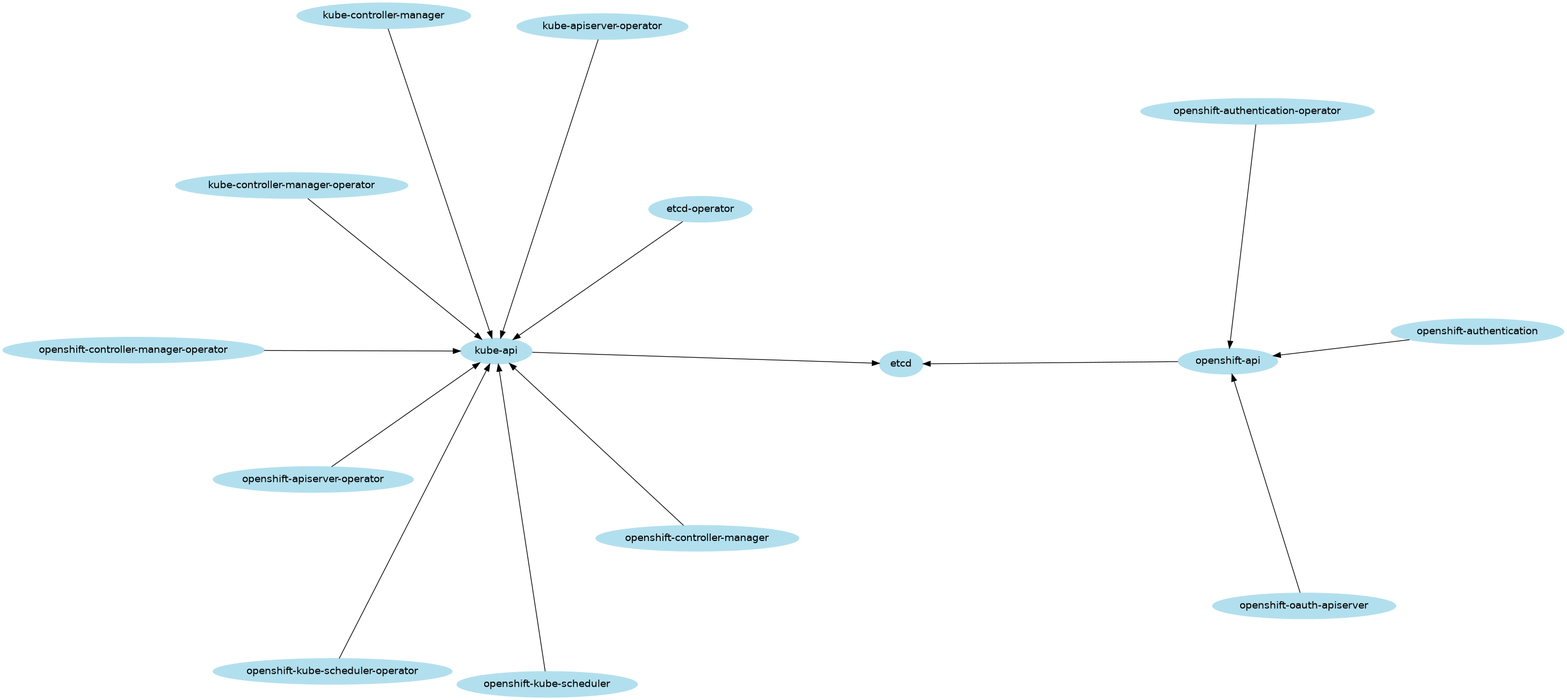
This is control-plane.gv.png from dofinn/ocp-role-based-depency-graphs, a Graphviz export, as it was before one commit. Its source is kept beside it as control-plane.gv.
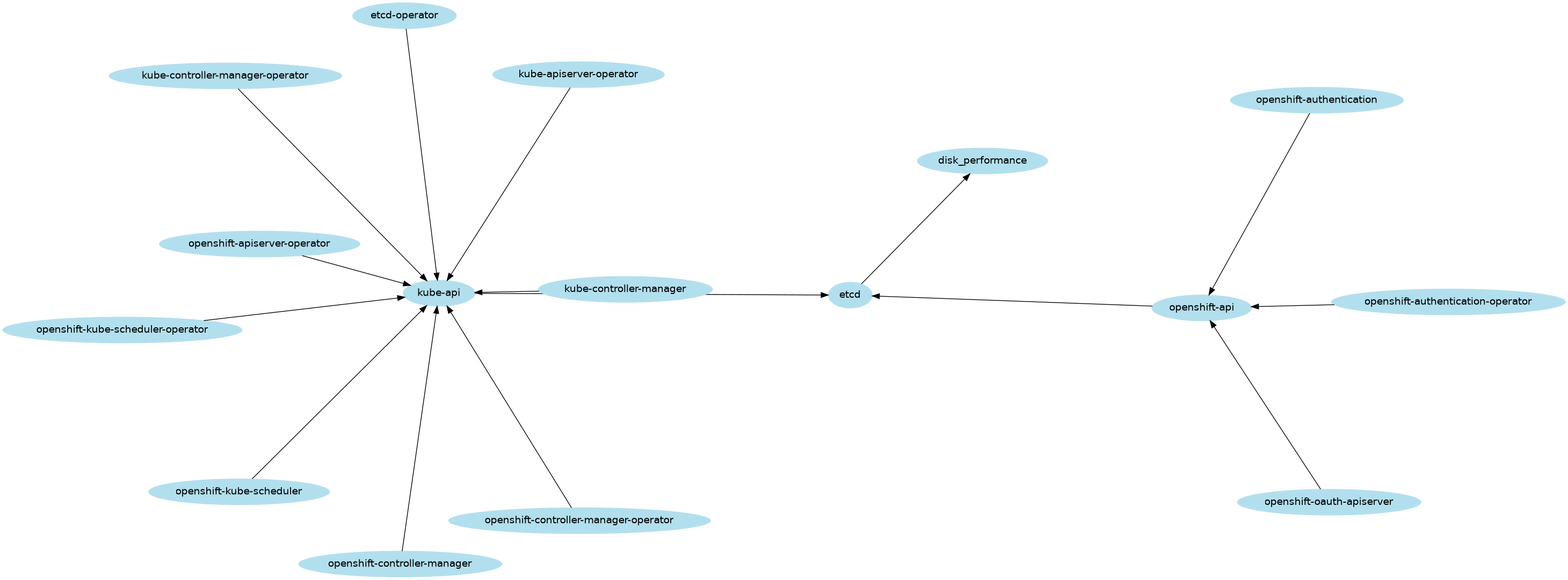
Above is the later version.

The edit, as a diff of the source:
```diff
@@ -1,5 +1,6 @@
 digraph G {
 	node [color=lightblue2 style=filled]
+	etcd -> disk_performance
 	"kube-api" -> etcd
 	"openshift-api" -> etcd
 	"kube-apiserver-operator" -> "kube-api"
```
